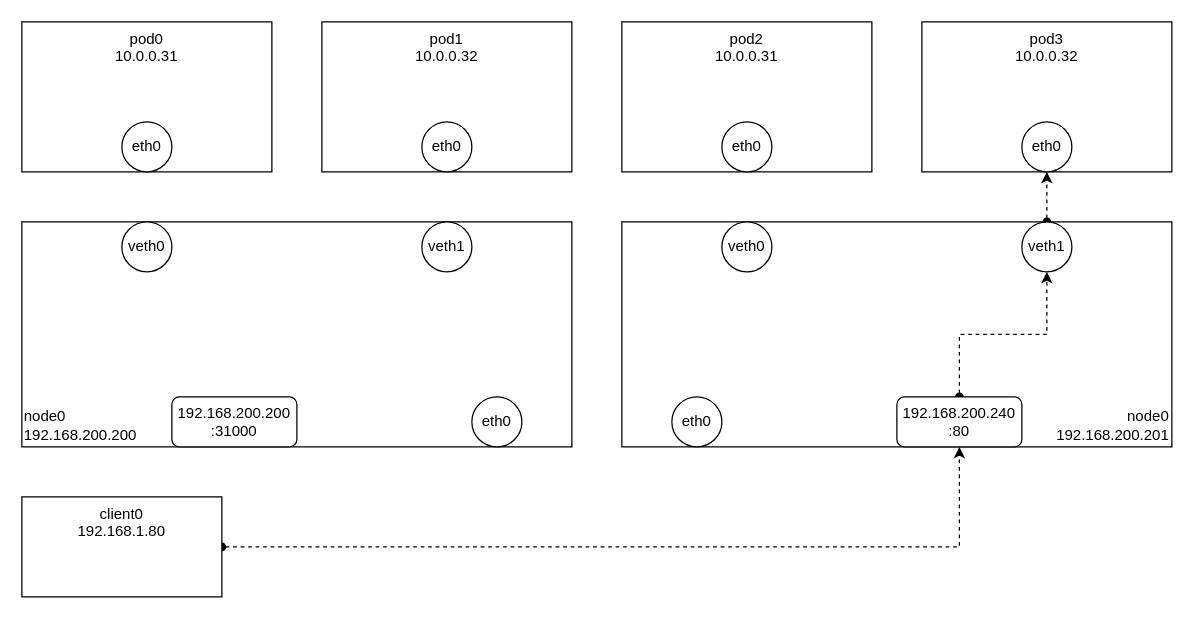
haruband/codebook keeps this draw.io diagram as page "loadbalancer" (2 of 4) of k8s/kafka.optimize.loadbalancer/loadbalancer.drawio. Above is the earlier version. Source tidied: cells renumbered, new cells numbered last; positions are measured from the earlier drawing's top-left corner, leaving out a move shared by most shapes. Both pictures are drawn from the tidied source at 125%, with x=0, y=0 at pixel (21, 21).
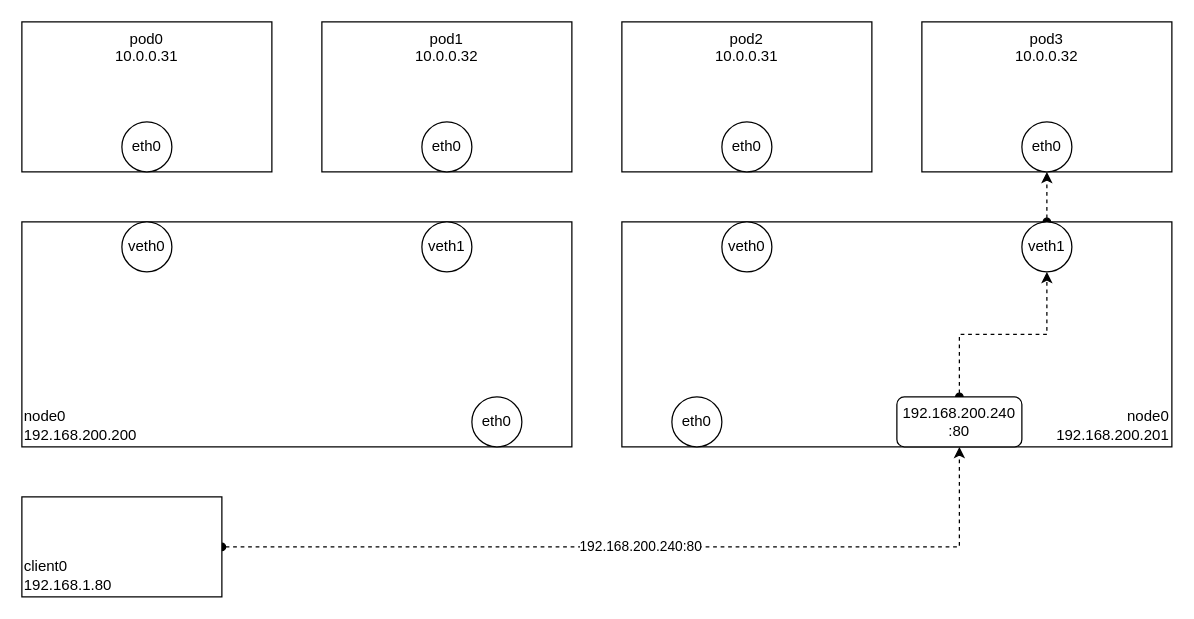
The same page after the edit.

The change refers to these unchanged cells:
```xml
<mxCell id="23" value="192.168.200.240&lt;br&gt;:80" style="rounded=1;whiteSpace=wrap;html=1;" parent="1" vertex="1">
  <mxGeometry x="700" y="300" width="100" height="40" as="geometry" />
</mxCell>
```

What changed in the source:
```diff
@@
-    <mxCell id="17" value="192.168.200.200&lt;br&gt;:31000" style="rounded=1;whiteSpace=wrap;html=1;" parent="1" vertex="1">
-      <mxGeometry x="120" y="300" width="100" height="40" as="geometry" />
-    </mxCell>
-    <mxCell id="18" style="edgeStyle=orthogonalEdgeStyle;rounded=0;jettySize=auto;html=1;exitX=1;exitY=0.5;exitDx=0;exitDy=0;dashed=1;startArrow=oval;startFill=1;" parent="1" edge="1" source="19" target="23">
+    <mxCell id="18" value="192.168.200.240:80" style="edgeStyle=orthogonalEdgeStyle;rounded=0;jettySize=auto;html=1;exitX=1;exitY=0.5;exitDx=0;exitDy=0;dashed=1;startArrow=oval;startFill=1;" parent="1" edge="1" source="19" target="23">
       <mxGeometry relative="1" as="geometry" />
     </mxCell>
-    <mxCell id="19" value="client0&lt;br&gt;192.168.1.80" style="rounded=0;whiteSpace=wrap;html=1;verticalAlign=top;labelPosition=center;verticalLabelPosition=middle;align=center;" parent="1" vertex="1">
+    <mxCell id="19" value="client0&lt;br&gt;192.168.1.80" style="rounded=0;whiteSpace=wrap;html=1;verticalAlign=bottom;labelPosition=center;verticalLabelPosition=middle;align=left;" parent="1" vertex="1">
       <mxGeometry y="380" width="160" height="80" as="geometry" />
     </mxCell>
```
